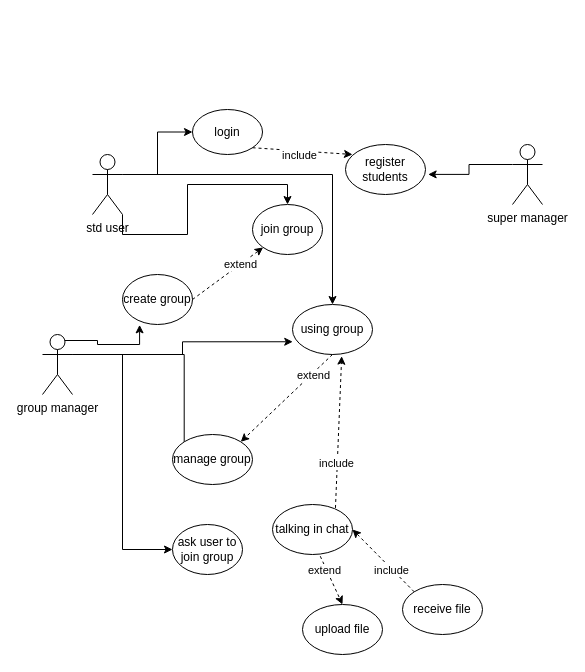
This is documents/Use case diagram.drawio from nadavsuissa/WeStudent, a draw.io file, before an edit. Source tidied: cells renumbered, new cells numbered last; positions are measured from the earlier drawing's top-left corner, leaving out a move shared by most shapes. Both pictures are drawn from the tidied source at 100%, with x=0, y=0 at pixel (42, 109).
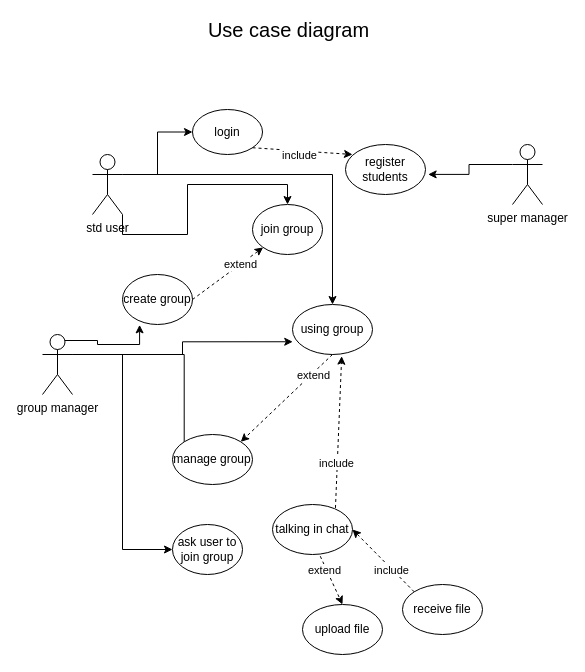
The same page after the edit.

The edit, as a diff of the source:
```diff
@@
+    <mxCell id="35" value="&lt;font style=&quot;font-size: 20px&quot;&gt;Use case diagram&lt;/font&gt;" style="text;html=1;align=center;verticalAlign=middle;strokeColor=none;" parent="1" vertex="1">
+      <mxGeometry x="156" y="-90" width="180" height="20" as="geometry" />
+    </mxCell>
```
